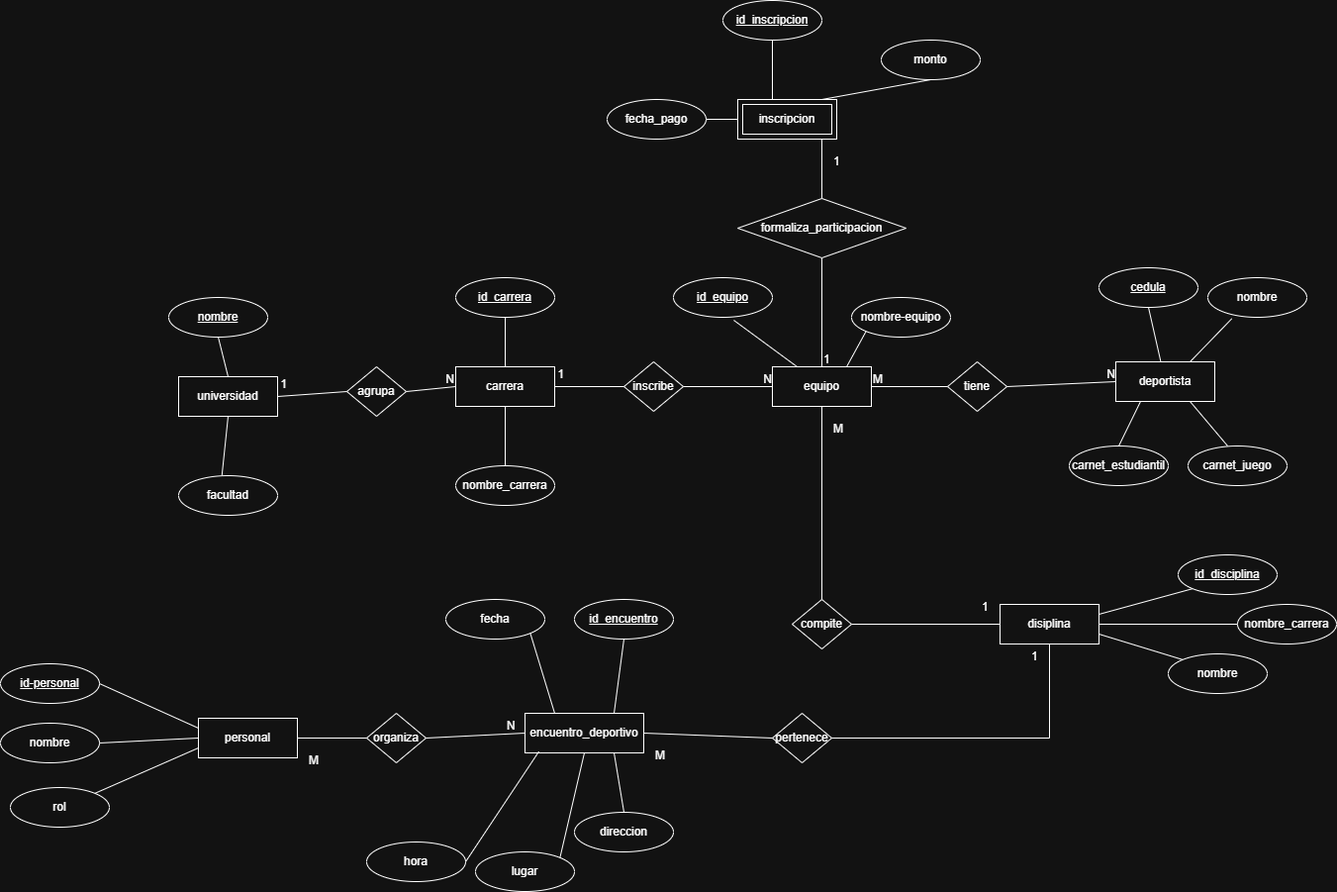
Criss-21/Diagramas-Requisitos-De-Software keeps this draw.io diagram as Diagrama E-R DeportesUNL.png. Above is the earlier version. Source tidied: cells renumbered, new cells last; positions are measured from the earlier drawing's top-left corner, leaving out a move shared by most shapes.
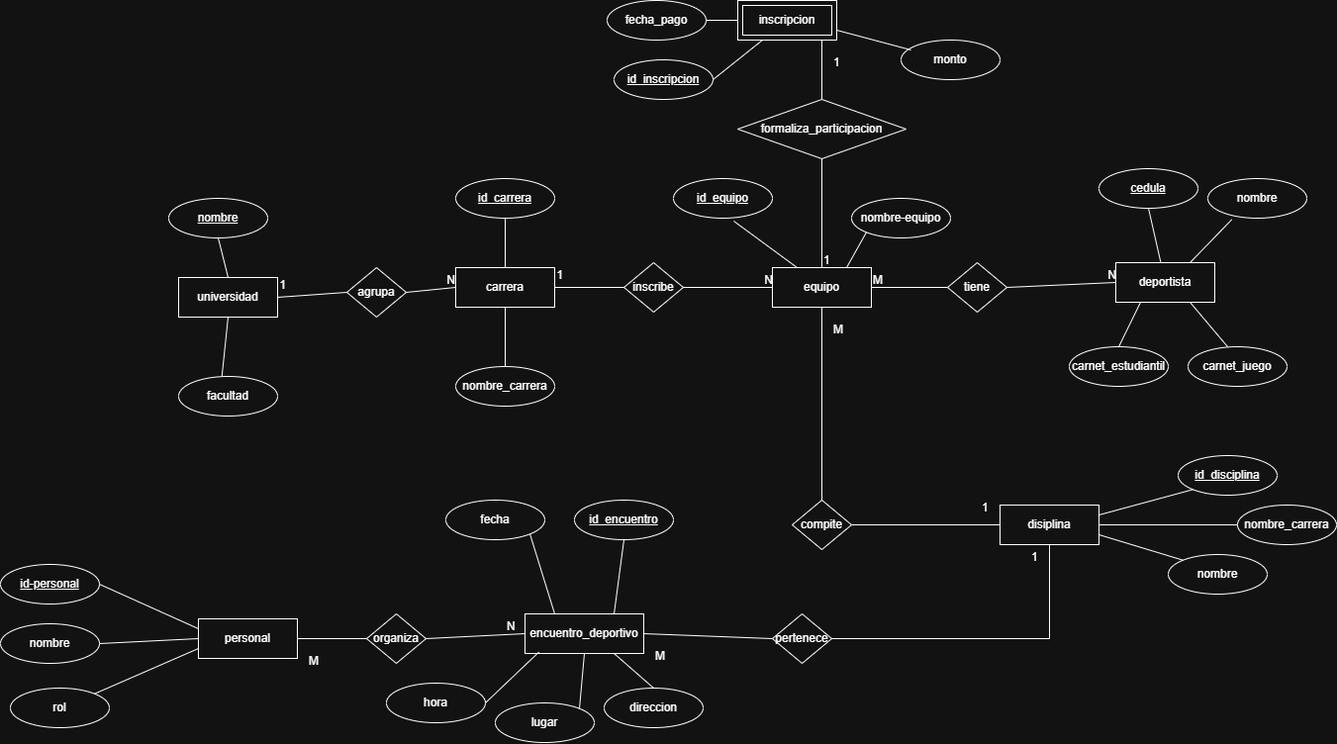
Later version of the same file.

What changed in the source:
```diff
@@ -108,13 +108,13 @@
       <mxGeometry x="450" y="605" width="100" height="40" as="geometry" />
     </mxCell>
     <mxCell id="37" value="hora" style="ellipse;whiteSpace=wrap;html=1;align=center;" parent="1" vertex="1">
-      <mxGeometry x="370" y="850" width="100" height="40" as="geometry" />
+      <mxGeometry x="390" y="790" width="100" height="40" as="geometry" />
     </mxCell>
     <mxCell id="38" value="lugar" style="ellipse;whiteSpace=wrap;html=1;align=center;" parent="1" vertex="1">
-      <mxGeometry x="480" y="860" width="100" height="40" as="geometry" />
+      <mxGeometry x="500" y="810" width="100" height="40" as="geometry" />
     </mxCell>
     <mxCell id="39" value="direccion" style="ellipse;whiteSpace=wrap;html=1;align=center;" parent="1" vertex="1">
-      <mxGeometry x="580" y="820" width="100" height="40" as="geometry" />
+      <mxGeometry x="610" y="795" width="100" height="40" as="geometry" />
     </mxCell>
     <mxCell id="40" style="endArrow=none;html=1;rounded=0;exitX=0.5;exitY=0;exitDx=0;exitDy=0;entryX=0.75;entryY=1;entryDx=0;entryDy=0;" parent="1" edge="1" source="39" target="3">
       <mxGeometry relative="1" as="geometry" />
@@ -132,28 +132,24 @@
       <mxGeometry relative="1" as="geometry" />
     </mxCell>
     <mxCell id="45" value="id_inscripcion" style="ellipse;whiteSpace=wrap;html=1;align=center;fontStyle=4;" parent="1" vertex="1">
-      <mxGeometry x="730" width="100" height="40" as="geometry" />
+      <mxGeometry x="620" y="160" width="100" height="40" as="geometry" />
     </mxCell>
     <mxCell id="46" value="fecha_pago" style="ellipse;whiteSpace=wrap;html=1;align=center;" parent="1" vertex="1">
       <mxGeometry x="613" y="100" width="100" height="40" as="geometry" />
     </mxCell>
     <mxCell id="47" value="monto" style="ellipse;whiteSpace=wrap;html=1;align=center;" parent="1" vertex="1">
-      <mxGeometry x="890" y="40" width="100" height="40" as="geometry" />
+      <mxGeometry x="910" y="140" width="100" height="40" as="geometry" />
     </mxCell>
     <mxCell id="48" style="endArrow=none;html=1;rounded=0;exitX=1;exitY=0.5;exitDx=0;exitDy=0;entryX=0;entryY=0.5;entryDx=0;entryDy=0;" parent="1" edge="1" source="46">
       <mxGeometry relative="1" as="geometry">
         <mxPoint x="780" y="120" as="targetPoint" />
       </mxGeometry>
     </mxCell>
-    <mxCell id="49" style="endArrow=none;html=1;rounded=0;exitX=0.5;exitY=0;exitDx=0;exitDy=0;entryX=0.5;entryY=1;entryDx=0;entryDy=0;" parent="1" edge="1" target="47">
-      <mxGeometry relative="1" as="geometry">
-        <mxPoint x="830" y="100" as="sourcePoint" />
-      </mxGeometry>
+    <mxCell id="49" style="endArrow=none;html=1;rounded=0;exitX=1;exitY=0.75;exitDx=0;exitDy=0;entryX=0.1;entryY=0.25;entryDx=0;entryDy=0;entryPerimeter=0;" parent="1" edge="1" source="94" target="47">
+      <mxGeometry relative="1" as="geometry" />
     </mxCell>
-    <mxCell id="50" style="endArrow=none;html=1;rounded=0;exitX=0;exitY=0;exitDx=0;exitDy=0;entryX=0.5;entryY=1;entryDx=0;entryDy=0;" parent="1" edge="1" target="45">
-      <mxGeometry relative="1" as="geometry">
-        <mxPoint x="780" y="100" as="sourcePoint" />
-      </mxGeometry>
+    <mxCell id="50" style="endArrow=none;html=1;rounded=0;entryX=1;entryY=0.5;entryDx=0;entryDy=0;" parent="1" edge="1" source="94" target="45">
+      <mxGeometry relative="1" as="geometry" />
     </mxCell>
     <mxCell id="51" value="id-personal" style="ellipse;whiteSpace=wrap;html=1;align=center;fontStyle=4;" parent="1" vertex="1">
       <mxGeometry y="670" width="100" height="40" as="geometry" />
```
